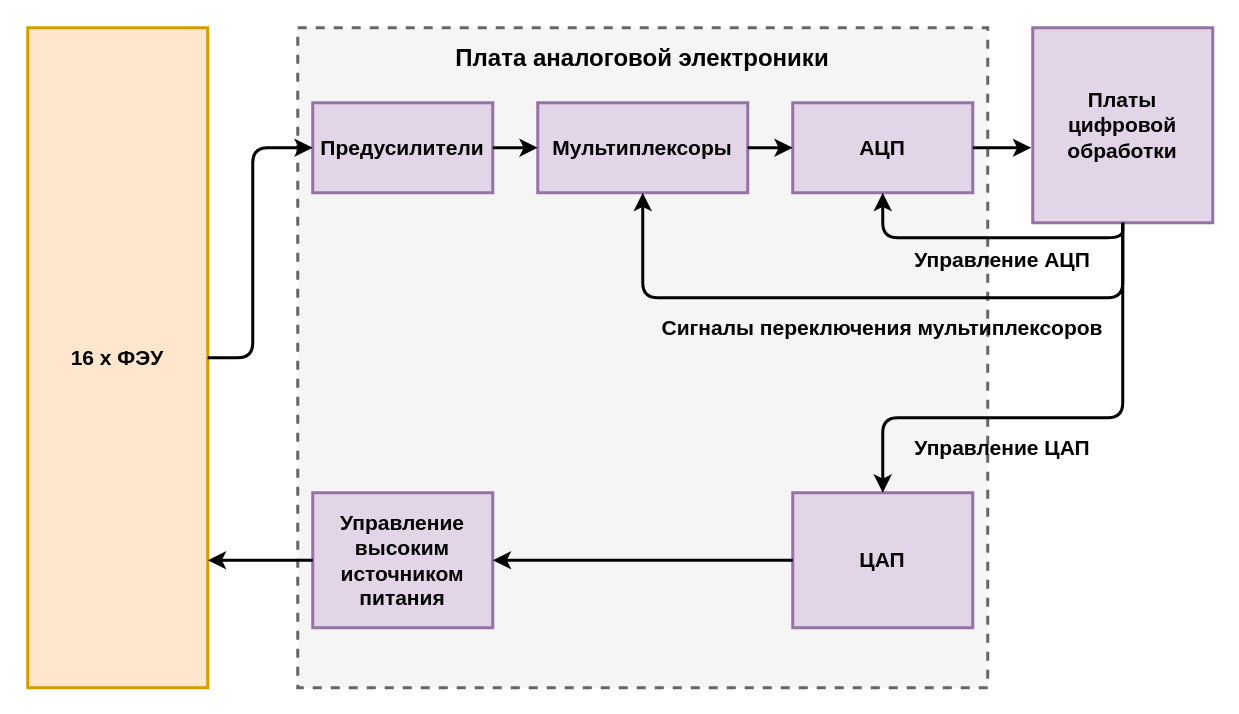
This is page "Page-2" (2 of 4) of Untitled Diagram.drawio from yanshtunder/board_miniEUSO, a draw.io file, before an edit. Source tidied: cells renumbered, new cells numbered last; positions are measured from the earlier drawing's top-left corner, leaving out a move shared by most shapes. Both pictures are drawn from the tidied source at 150%, with x=0, y=0 at pixel (27, 27).
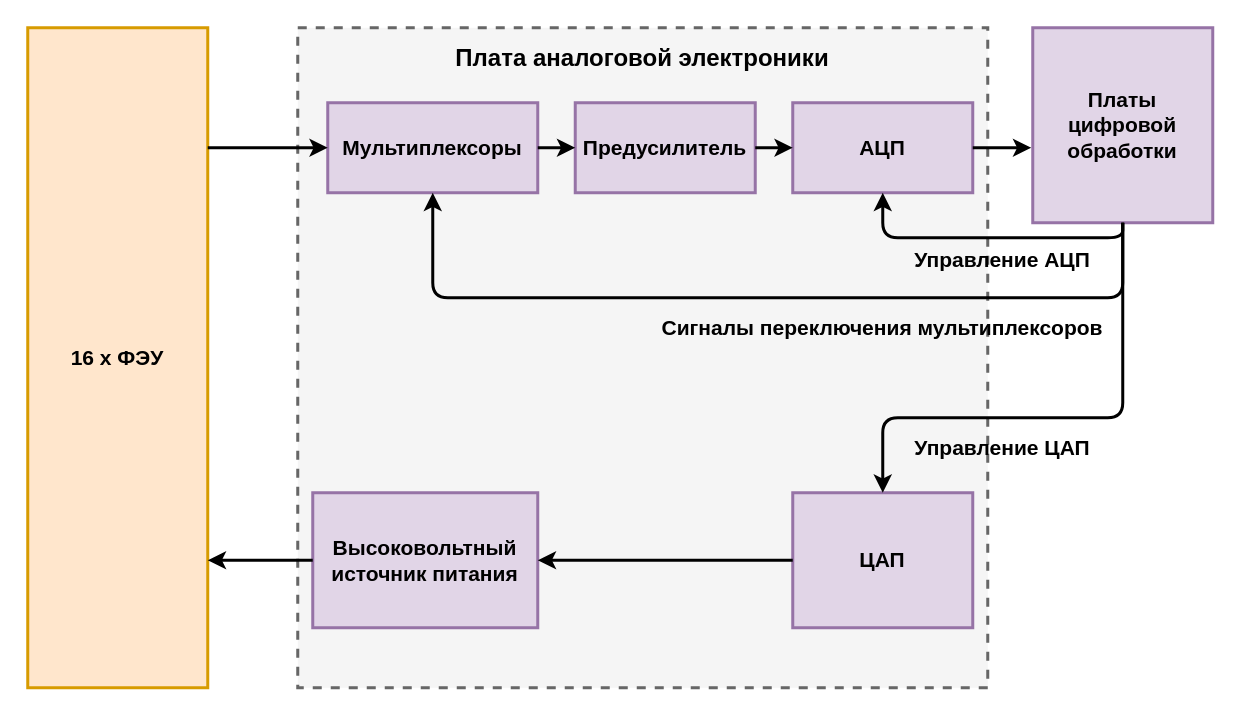
The same diagram, later.

Unchanged cells that the change refers to:
```xml
<mxCell id="2" value="&lt;font style=&quot;font-size: 14px&quot;&gt;&lt;b&gt;16 x ФЭУ&lt;/b&gt;&lt;/font&gt;" style="rounded=0;whiteSpace=wrap;html=1;fillColor=#ffe6cc;strokeColor=#d79b00;strokeWidth=2;" parent="1" vertex="1">
  <mxGeometry width="120" height="440" as="geometry" />
</mxCell>
<mxCell id="3" value="&lt;b&gt;&lt;font style=&quot;font-size: 14px&quot;&gt;Платы цифровой обработки&lt;/font&gt;&lt;/b&gt;" style="rounded=0;whiteSpace=wrap;html=1;fillColor=#e1d5e7;strokeColor=#9673a6;strokeWidth=2;" parent="1" vertex="1">
  <mxGeometry x="670" width="120" height="130" as="geometry" />
</mxCell>
<mxCell id="7" value="&lt;b&gt;&lt;font style=&quot;font-size: 14px&quot;&gt;АЦП&lt;/font&gt;&lt;/b&gt;" style="rounded=0;whiteSpace=wrap;html=1;fillColor=#e1d5e7;strokeColor=#9673a6;strokeWidth=2;" parent="1" vertex="1">
  <mxGeometry x="510" y="50" width="120" height="60" as="geometry" />
</mxCell>
```

Change to the diagram source:
```diff
@@
-    <mxCell id="5" value="&lt;b&gt;&lt;font style=&quot;font-size: 14px&quot;&gt;Предусилители&lt;/font&gt;&lt;/b&gt;" style="rounded=0;whiteSpace=wrap;html=1;strokeWidth=2;fillColor=#e1d5e7;strokeColor=#9673a6;" parent="1" vertex="1">
-      <mxGeometry x="190" y="50" width="120" height="60" as="geometry" />
+    <mxCell id="5" value="&lt;b&gt;&lt;font style=&quot;font-size: 14px&quot;&gt;Предусилитель&lt;/font&gt;&lt;/b&gt;" style="rounded=0;whiteSpace=wrap;html=1;strokeWidth=2;fillColor=#e1d5e7;strokeColor=#9673a6;" parent="1" vertex="1">
+      <mxGeometry x="365" y="50" width="120" height="60" as="geometry" />
     </mxCell>
     <mxCell id="6" value="&lt;b&gt;&lt;font style=&quot;font-size: 14px&quot;&gt;Мультиплексоры&lt;/font&gt;&lt;/b&gt;" style="rounded=0;whiteSpace=wrap;html=1;fillColor=#e1d5e7;strokeColor=#9673a6;strokeWidth=2;" parent="1" vertex="1">
-      <mxGeometry x="340" y="50" width="140" height="60" as="geometry" />
+      <mxGeometry x="200" y="50" width="140" height="60" as="geometry" />
     </mxCell>
@@
-    <mxCell id="9" value="&lt;font style=&quot;font-size: 14px&quot;&gt;&lt;b&gt;Управление высоким источником питания&lt;/b&gt;&lt;/font&gt;" style="rounded=0;whiteSpace=wrap;html=1;fillColor=#e1d5e7;strokeColor=#9673a6;strokeWidth=2;" parent="1" vertex="1">
-      <mxGeometry x="190" y="310" width="120" height="90" as="geometry" />
+    <mxCell id="9" value="&lt;span style=&quot;font-size: 14px&quot;&gt;&lt;b&gt;Высоковольтный источник питания&lt;/b&gt;&lt;/span&gt;" style="rounded=0;whiteSpace=wrap;html=1;fillColor=#e1d5e7;strokeColor=#9673a6;strokeWidth=2;" parent="1" vertex="1">
+      <mxGeometry x="190" y="310" width="150" height="90" as="geometry" />
     </mxCell>
@@
     <mxCell id="13" style="endArrow=classic;html=1;entryX=0.5;entryY=1;entryDx=0;entryDy=0;exitX=0.5;exitY=1;exitDx=0;exitDy=0;strokeWidth=2;" parent="1" edge="1" source="3" target="6">
       <mxGeometry relative="1" as="geometry">
         <Array as="points">
           <mxPoint x="730" y="180" />
-          <mxPoint x="410" y="180" />
+          <mxPoint x="270" y="180" />
         </Array>
       </mxGeometry>
     </mxCell>
@@
-    <mxCell id="15" style="endArrow=classic;html=1;entryX=0;entryY=0.5;entryDx=0;entryDy=0;exitX=1;exitY=0.5;exitDx=0;exitDy=0;rounded=1;jumpStyle=none;strokeWidth=2;" parent="1" edge="1" source="2" target="5">
-      <mxGeometry relative="1" as="geometry">
-        <Array as="points">
-          <mxPoint x="150" y="220" />
-          <mxPoint x="150" y="80" />
-        </Array>
-      </mxGeometry>
-    </mxCell>
-    <mxCell id="16" style="endArrow=classic;html=1;entryX=0;entryY=0.5;entryDx=0;entryDy=0;exitX=1;exitY=0.5;exitDx=0;exitDy=0;strokeWidth=2;" parent="1" edge="1" source="5" target="6">
-      <mxGeometry relative="1" as="geometry" />
-    </mxCell>
-    <mxCell id="17" style="endArrow=classic;html=1;entryX=0;entryY=0.5;entryDx=0;entryDy=0;exitX=1;exitY=0.5;exitDx=0;exitDy=0;strokeWidth=2;" parent="1" edge="1" source="6" target="7">
-      <mxGeometry relative="1" as="geometry" />
-    </mxCell>
@@
+    <mxCell id="23" style="endArrow=classic;html=1;entryX=0;entryY=0.5;entryDx=0;entryDy=0;exitX=1;exitY=0.5;exitDx=0;exitDy=0;strokeWidth=2;" parent="1" edge="1" source="6" target="5">
+      <mxGeometry relative="1" as="geometry" />
+    </mxCell>
+    <mxCell id="24" style="endArrow=classic;html=1;strokeWidth=2;entryX=0;entryY=0.5;entryDx=0;entryDy=0;exitX=1;exitY=0.5;exitDx=0;exitDy=0;" parent="1" edge="1" source="5" target="7">
+      <mxGeometry relative="1" as="geometry" />
+    </mxCell>
+    <mxCell id="25" style="endArrow=classic;html=1;strokeWidth=2;entryX=0;entryY=0.5;entryDx=0;entryDy=0;" parent="1" edge="1" target="6">
+      <mxGeometry relative="1" as="geometry">
+        <mxPoint x="120" y="80" as="sourcePoint" />
+      </mxGeometry>
+    </mxCell>
```
